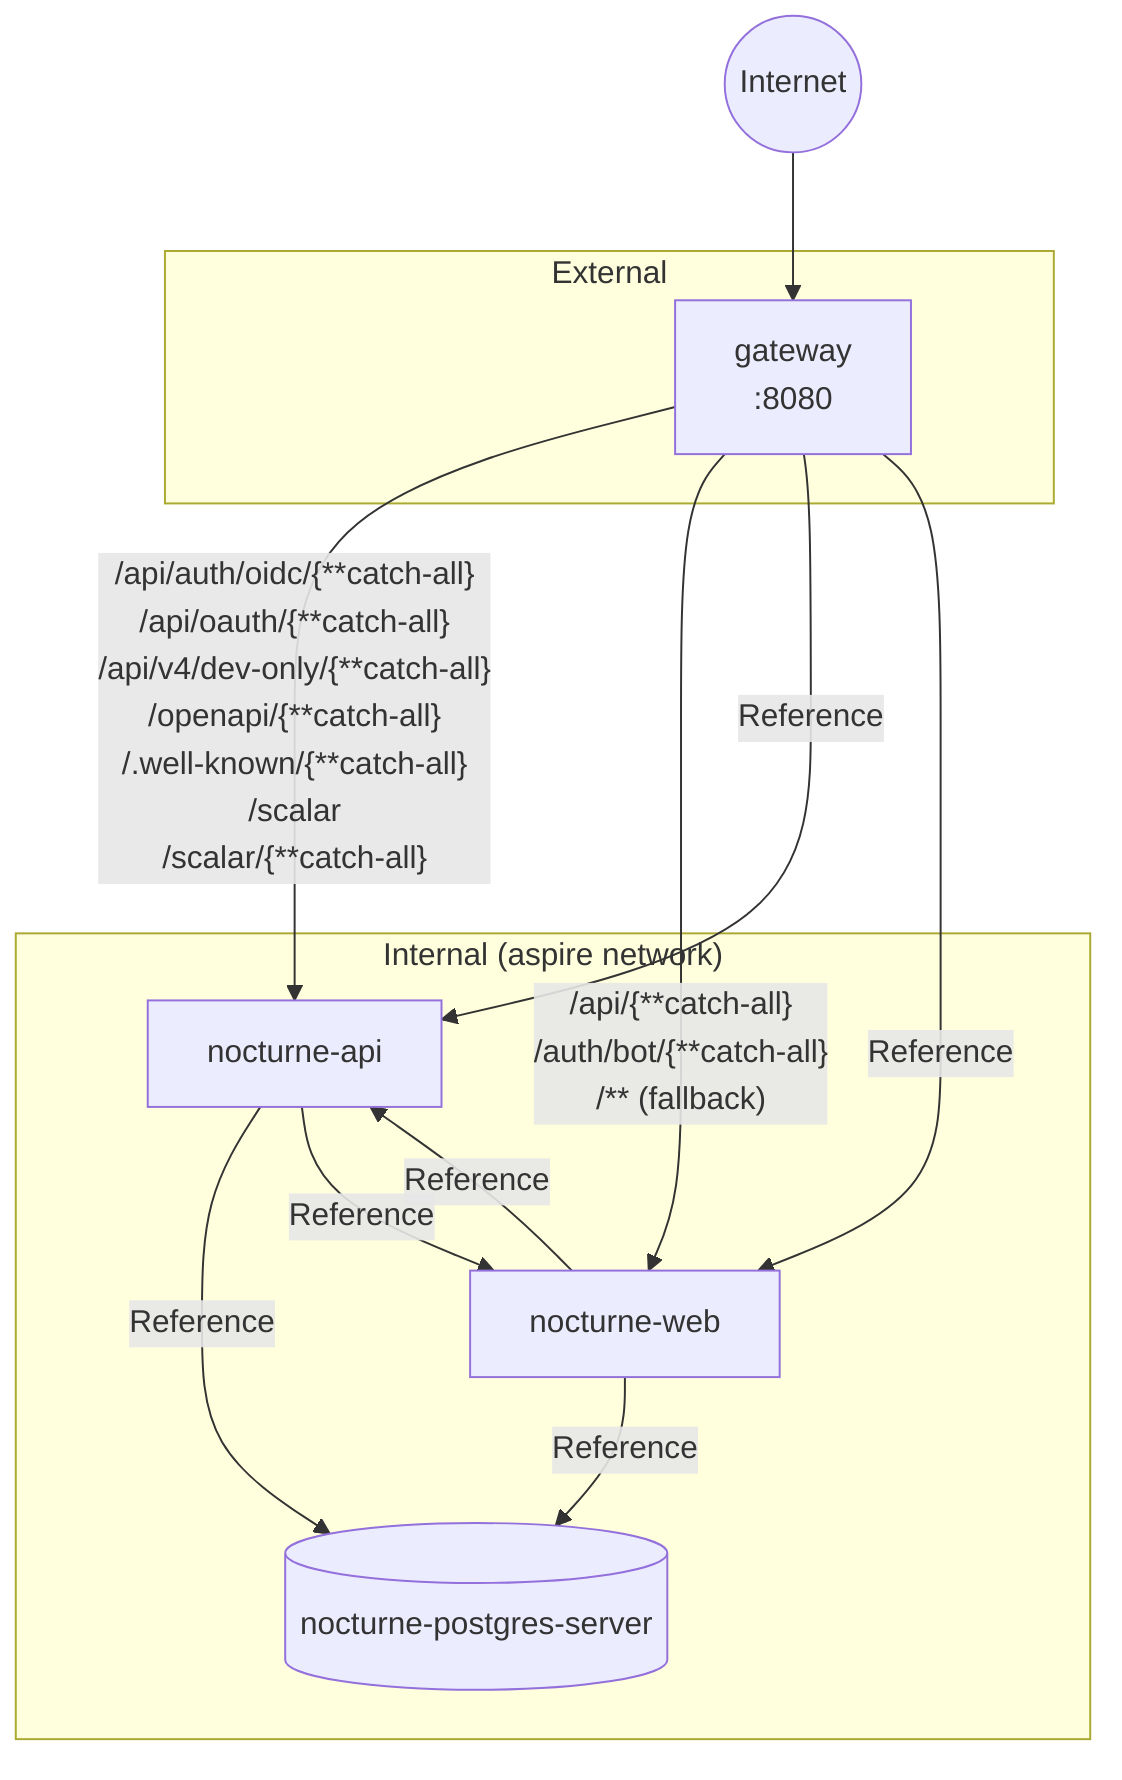
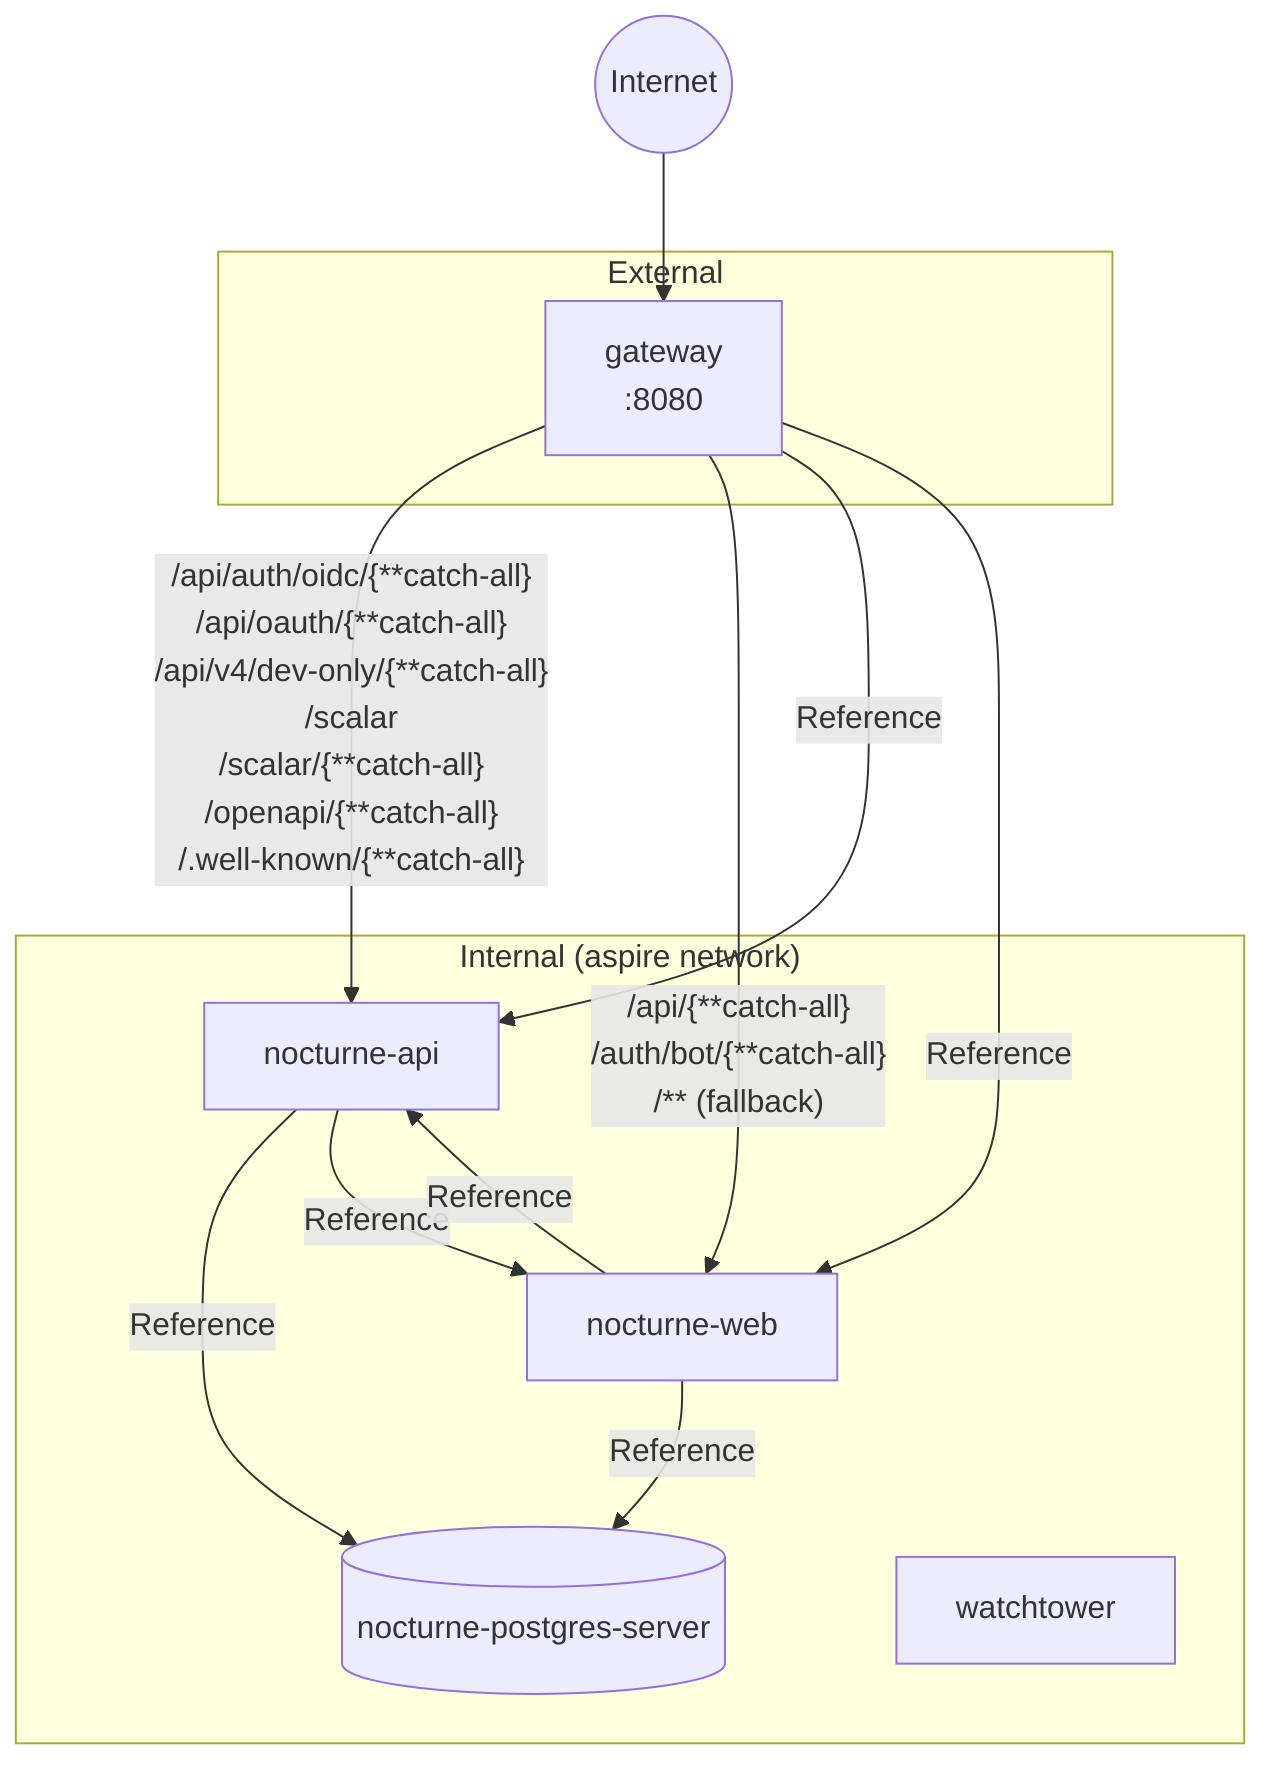
flowchart TD
    Internet((Internet))

    subgraph ext["External"]
        gateway["gateway\n:8080"]
    end

    subgraph net["Internal (aspire network)"]
        nocturne_postgres_server[("nocturne-postgres-server")]
        nocturne_api["nocturne-api"]
        nocturne_web["nocturne-web"]
+         watchtower["watchtower"]
    end

    Internet --> gateway
-     gateway -->|"/api/auth/oidc/{**catch-all}\n/api/oauth/{**catch-all}\n/api/v4/dev-only/{**catch-all}\n/openapi/{**catch-all}\n/.well-known/{**catch-all}\n/scalar\n/scalar/{**catch-all}"| nocturne_api
+     gateway -->|"/api/auth/oidc/{**catch-all}\n/api/oauth/{**catch-all}\n/api/v4/dev-only/{**catch-all}\n/scalar\n/scalar/{**catch-all}\n/openapi/{**catch-all}\n/.well-known/{**catch-all}"| nocturne_api
    gateway -->|"/api/{**catch-all}\n/auth/bot/{**catch-all}\n/** (fallback)"| nocturne_web
    nocturne_api -->|Reference| nocturne_postgres_server
    nocturne_api -->|Reference| nocturne_web
    nocturne_web -->|Reference| nocturne_api
    nocturne_web -->|Reference| nocturne_postgres_server
    gateway -->|Reference| nocturne_api
-     gateway -->|Reference| nocturne_web
+     gateway -->|Reference| nocturne_web